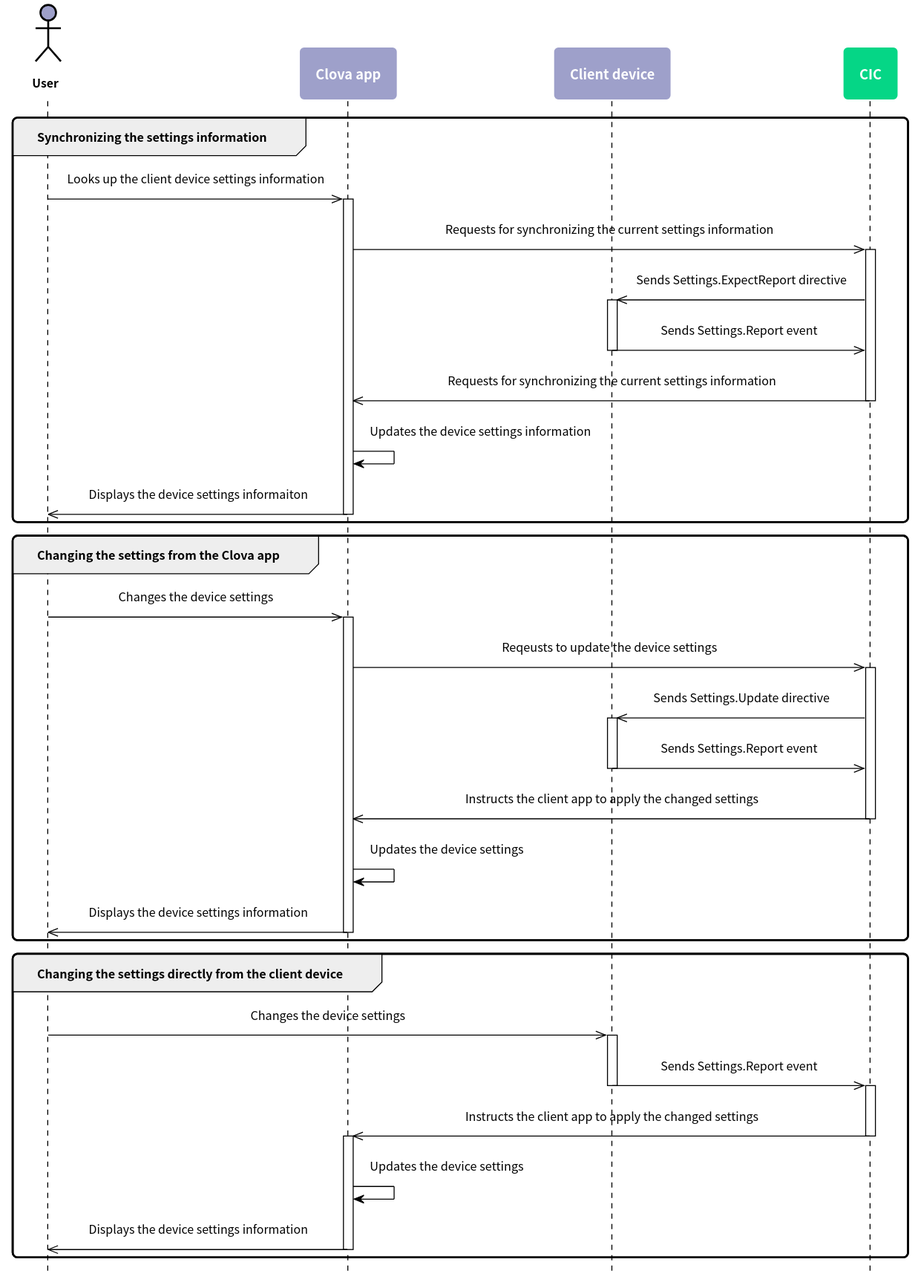
This is en-KR/Develop/Assets/Images/CIC_Settings_Work_Flow.svg from muchokwon/clova-client-developer-guide, a PlantUML export, as it was before one commit.
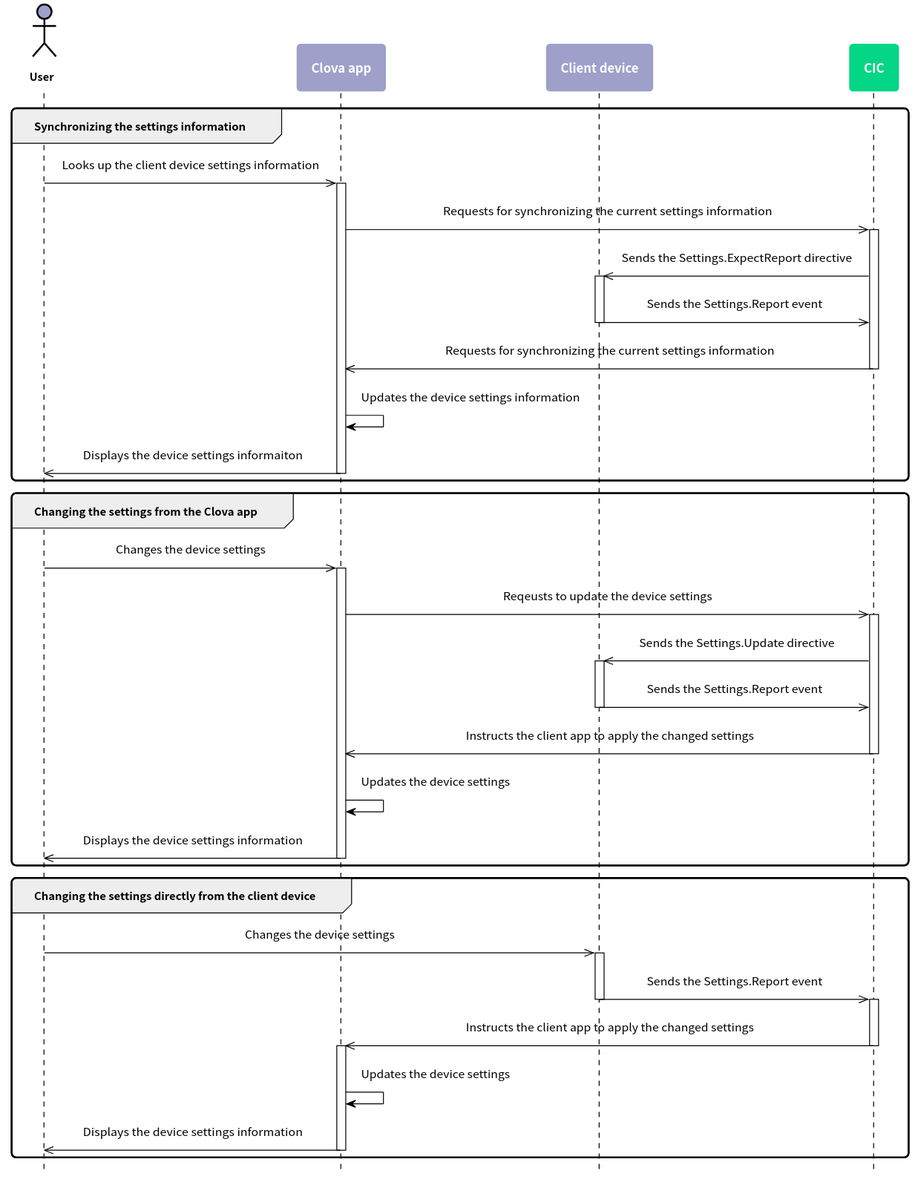
The same file after the commit.

Diff of the diagram source:
```diff
@@ -60,9 +60,9 @@
   ca ->> cic: Requests for synchronizing the current settings information
   activate cic
 
-    cic ->> cli: Sends Settings.ExpectReport directive
+    cic ->> cli: Sends the Settings.ExpectReport directive
     activate cli
-    cli ->> cic: Sends Settings.Report event
+    cli ->> cic: Sends the Settings.Report event
     deactivate cli
 
   cic ->> ca: Requests for synchronizing the current settings information
@@ -78,9 +78,9 @@
   ca ->> cic: Reqeusts to update the device settings
   activate cic
 
-    cic ->> cli: Sends Settings.Update directive
+    cic ->> cli: Sends the Settings.Update directive
     activate cli
-    cli ->> cic: Sends Settings.Report event
+    cli ->> cic: Sends the Settings.Report event
     deactivate cli
 
   cic ->> ca: Instructs the client app to apply the changed settings
@@ -93,7 +93,7 @@
 group Changing the settings directly from the client device
   user ->> cli: Changes the device settings
   activate cli
-      cli ->> cic: Sends Settings.Report event
+      cli ->> cic: Sends the Settings.Report event
   deactivate cli
       activate cic
 
```
